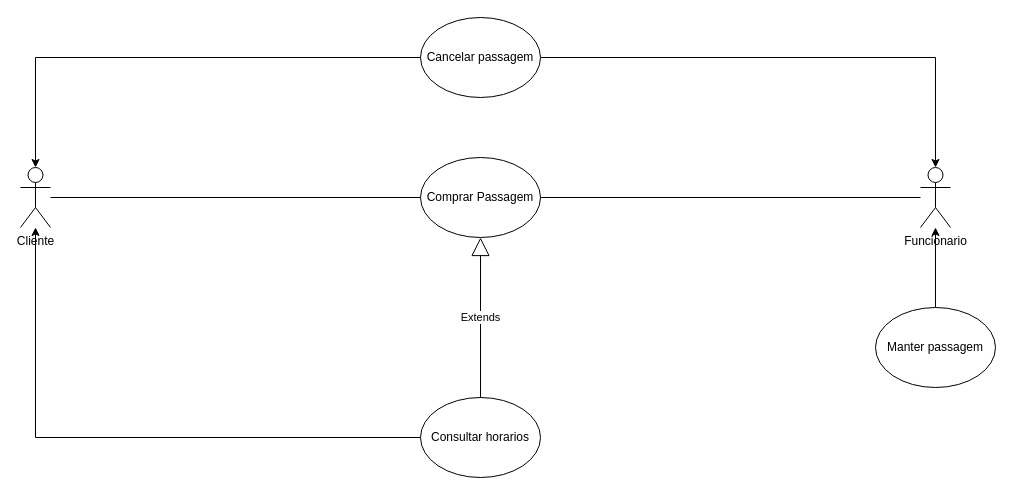
Before: Diagrama sem nome.drawio in Krittz/IFTM-ADS, a draw.io diagram. Source tidied: cells renumbered, new cells numbered last; positions are measured from the earlier drawing's top-left corner, leaving out a move shared by most shapes. Both pictures are drawn from the tidied source at 100%, with x=0, y=0 at pixel (20, 17).
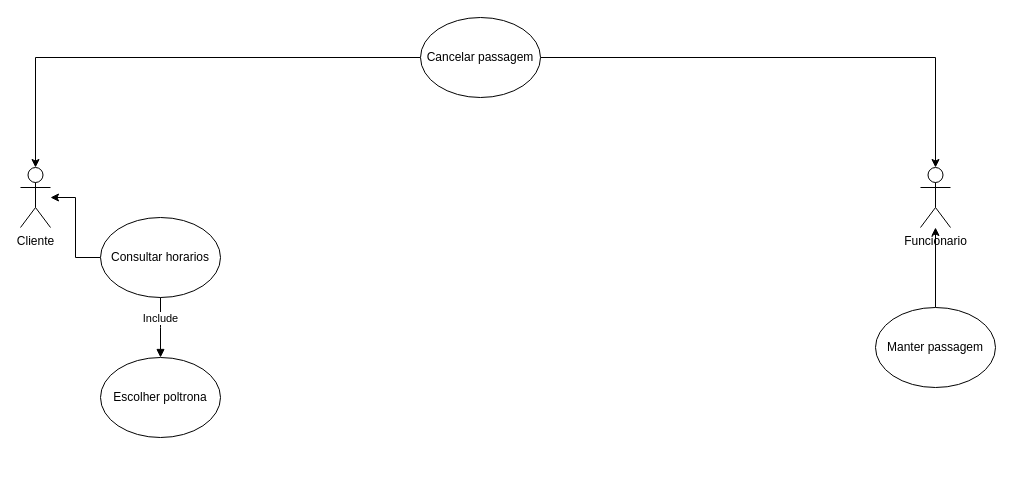
After the change.

Diff of the diagram source:
```diff
@@
 <mxGraphModel>
   <root>
     <mxCell id="0" />
     <mxCell id="1" parent="0" />
     <mxCell id="2" value="Cliente&lt;br&gt;" style="shape=umlActor;verticalLabelPosition=bottom;verticalAlign=top;html=1;outlineConnect=0;" parent="1" vertex="1">
       <mxGeometry y="150" width="30" height="60" as="geometry" />
     </mxCell>
     <mxCell id="3" value="Funcionario&lt;br&gt;" style="shape=umlActor;verticalLabelPosition=bottom;verticalAlign=top;html=1;outlineConnect=0;" parent="1" vertex="1">
       <mxGeometry x="900" y="150" width="30" height="60" as="geometry" />
     </mxCell>
-    <mxCell id="4" value="Comprar Passagem&lt;br&gt;" style="ellipse;whiteSpace=wrap;html=1;" parent="1" vertex="1">
-      <mxGeometry x="400" y="140" width="120" height="80" as="geometry" />
-    </mxCell>
-    <mxCell id="5" style="endArrow=none;html=1;rounded=0;entryX=1;entryY=0.5;entryDx=0;entryDy=0;" parent="1" edge="1" source="3" target="4">
-      <mxGeometry relative="1" as="geometry" />
-    </mxCell>
-    <mxCell id="6" style="endArrow=none;html=1;rounded=0;" parent="1" edge="1" source="2" target="4">
-      <mxGeometry relative="1" as="geometry" />
-    </mxCell>
     <mxCell id="7" style="edgeStyle=orthogonalEdgeStyle;rounded=0;jettySize=auto;html=1;" parent="1" edge="1" source="8" target="3">
       <mxGeometry relative="1" as="geometry" />
     </mxCell>
     <mxCell id="8" value="Manter passagem&lt;br&gt;" style="ellipse;whiteSpace=wrap;html=1;" parent="1" vertex="1">
       <mxGeometry x="855" y="290" width="120" height="80" as="geometry" />
     </mxCell>
     <mxCell id="9" style="edgeStyle=orthogonalEdgeStyle;rounded=0;jettySize=auto;html=1;" parent="1" edge="1" source="10" target="2">
       <mxGeometry relative="1" as="geometry" />
     </mxCell>
     <mxCell id="10" value="Consultar horarios&lt;br&gt;" style="ellipse;whiteSpace=wrap;html=1;" parent="1" vertex="1">
-      <mxGeometry x="400" y="380" width="120" height="80" as="geometry" />
+      <mxGeometry x="80" y="200" width="120" height="80" as="geometry" />
     </mxCell>
-    <mxCell id="11" value="Extends" style="endArrow=block;endSize=16;endFill=0;html=1;rounded=0;" parent="1" edge="1" source="10" target="4">
-      <mxGeometry relative="1" as="geometry" />
-    </mxCell>
     <mxCell id="12" style="edgeStyle=orthogonalEdgeStyle;rounded=0;jettySize=auto;html=1;" parent="1" edge="1" source="14" target="2">
       <mxGeometry relative="1" as="geometry" />
     </mxCell>
     <mxCell id="13" style="edgeStyle=orthogonalEdgeStyle;rounded=0;jettySize=auto;html=1;entryX=0.5;entryY=0;entryDx=0;entryDy=0;entryPerimeter=0;" parent="1" edge="1" source="14" target="3">
       <mxGeometry relative="1" as="geometry" />
     </mxCell>
     <mxCell id="14" value="Cancelar passagem&lt;br&gt;" style="ellipse;whiteSpace=wrap;html=1;" parent="1" vertex="1">
       <mxGeometry x="400" width="120" height="80" as="geometry" />
     </mxCell>
+    <mxCell id="15" value="Escolher poltrona&lt;br&gt;" style="ellipse;whiteSpace=wrap;html=1;" parent="1" vertex="1">
+      <mxGeometry x="80" y="340" width="120" height="80" as="geometry" />
+    </mxCell>
+    <mxCell id="16" value="Include&lt;br&gt;" style="html=1;verticalAlign=bottom;endArrow=block;edgeStyle=elbowEdgeStyle;elbow=vertical;curved=0;rounded=0;" parent="1" edge="1" source="10" target="15">
+      <mxGeometry relative="1" as="geometry" />
+    </mxCell>
   </root>
 </mxGraphModel>
```
